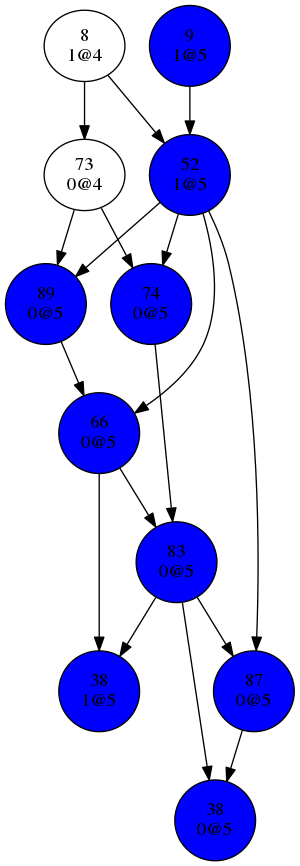
This is dev/bin/conflictGraph0.png from Oxmose/SATSolver, a Graphviz export, as it was before one commit. Its source is kept beside it as dev/bin/conflictGraph0.dot.
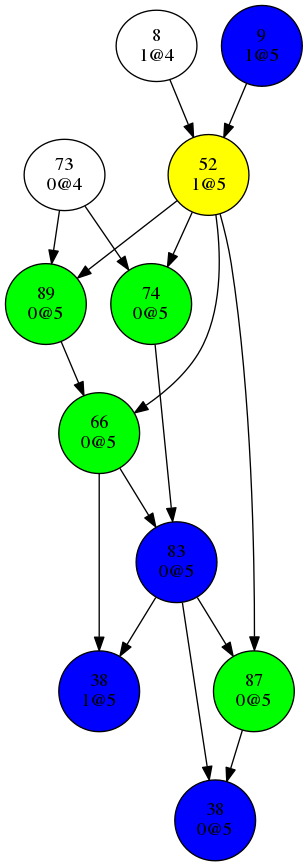
Later version of the same file.

What changed in the source:
```diff
@@ -58,15 +58,15 @@
 "38
 1@5"[shape=circle, style=filled, fillcolor=blue];
 "52
-1@5"[shape=circle, style=filled, fillcolor=blue];
+1@5"[shape=circle, style=filled, fillcolor=yellow];
 "66
-0@5"[shape=circle, style=filled, fillcolor=blue];
+0@5"[shape=circle, style=filled, fillcolor=green];
 "74
-0@5"[shape=circle, style=filled, fillcolor=blue];
+0@5"[shape=circle, style=filled, fillcolor=green];
 "83
 0@5"[shape=circle, style=filled, fillcolor=blue];
 "87
-0@5"[shape=circle, style=filled, fillcolor=blue];
+0@5"[shape=circle, style=filled, fillcolor=green];
 "89
-0@5"[shape=circle, style=filled, fillcolor=blue];
+0@5"[shape=circle, style=filled, fillcolor=green];
 }
```
